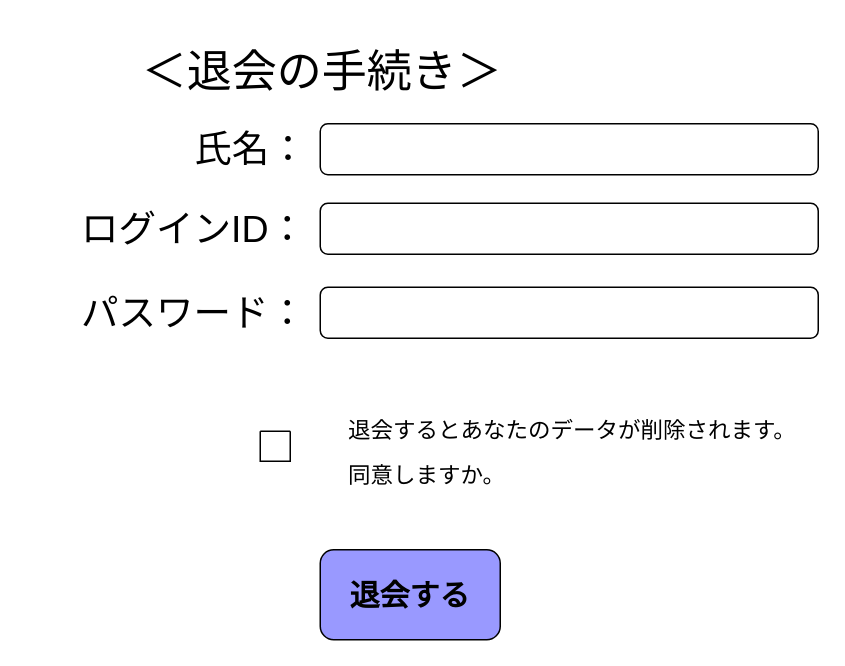
Earlier version of the draw.io diagram page "ページ1" (1 of 3) of 退会画面.drawio (2022java42-student006/document). Source tidied: cells renumbered, new cells numbered last; positions are measured from the earlier drawing's top-left corner, leaving out a move shared by most shapes. Both pictures are drawn from the tidied source at 150%, with x=0, y=0 at pixel (26, 26).
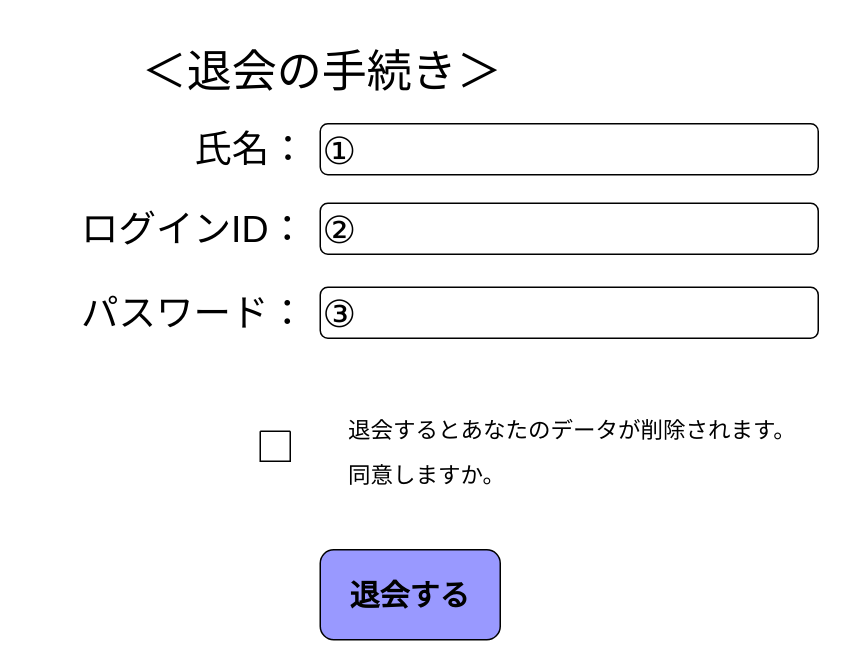
The same page after the edit.

Diff of the diagram source:
```diff
@@
 <mxGraphModel>
   <root>
     <mxCell id="0" />
     <mxCell id="1" parent="0" />
     <mxCell id="2" value="&lt;font style=&quot;font-size: 30px&quot;&gt;＜退会の手続き＞&lt;/font&gt;" style="text;html=1;strokeColor=none;fillColor=none;align=center;verticalAlign=middle;whiteSpace=wrap;rounded=0;" parent="1" vertex="1">
       <mxGeometry x="73" width="249" height="60" as="geometry" />
     </mxCell>
     <mxCell id="3" value="&lt;font style=&quot;font-size: 25px&quot;&gt;氏名：&lt;/font&gt;" style="text;html=1;strokeColor=none;fillColor=none;align=center;verticalAlign=middle;whiteSpace=wrap;rounded=0;fontSize=30;" parent="1" vertex="1">
       <mxGeometry x="86" y="65" width="128" height="30" as="geometry" />
     </mxCell>
     <mxCell id="4" value="&lt;font style=&quot;font-size: 25px&quot;&gt;ログインID：&lt;/font&gt;" style="text;html=1;strokeColor=none;fillColor=none;align=center;verticalAlign=middle;whiteSpace=wrap;rounded=0;fontSize=30;" parent="1" vertex="1">
       <mxGeometry y="113" width="224" height="39" as="geometry" />
     </mxCell>
     <mxCell id="5" value="&lt;font style=&quot;font-size: 25px&quot;&gt;パスワード&lt;/font&gt;&lt;font style=&quot;font-size: 25px&quot;&gt;：&lt;/font&gt;" style="text;html=1;strokeColor=none;fillColor=none;align=center;verticalAlign=middle;whiteSpace=wrap;rounded=0;fontSize=30;" parent="1" vertex="1">
       <mxGeometry x="32" y="174" width="160" height="30" as="geometry" />
     </mxCell>
     <mxCell id="6" style="edgeStyle=orthogonalEdgeStyle;rounded=0;orthogonalLoop=1;jettySize=auto;html=1;exitX=0.5;exitY=1;exitDx=0;exitDy=0;fontSize=25;" parent="1" edge="1" source="5" target="5">
       <mxGeometry relative="1" as="geometry" />
     </mxCell>
-    <mxCell id="7" style="rounded=1;whiteSpace=wrap;html=1;fontSize=25;" parent="1" vertex="1">
+    <mxCell id="7" value="①" style="rounded=1;whiteSpace=wrap;html=1;fontSize=25;align=left;" parent="1" vertex="1">
       <mxGeometry x="196" y="65" width="332" height="34" as="geometry" />
     </mxCell>
-    <mxCell id="8" style="rounded=1;whiteSpace=wrap;html=1;fontSize=25;" parent="1" vertex="1">
+    <mxCell id="8" value="②" style="rounded=1;whiteSpace=wrap;html=1;fontSize=25;align=left;" parent="1" vertex="1">
       <mxGeometry x="196" y="118" width="332" height="34" as="geometry" />
     </mxCell>
-    <mxCell id="9" style="rounded=1;whiteSpace=wrap;html=1;fontSize=25;" parent="1" vertex="1">
+    <mxCell id="9" value="③" style="rounded=1;whiteSpace=wrap;html=1;fontSize=25;align=left;" parent="1" vertex="1">
       <mxGeometry x="196" y="174" width="332" height="34" as="geometry" />
     </mxCell>
     <mxCell id="10" style="swimlane;startSize=0;fontSize=25;" parent="1" vertex="1">
       <mxGeometry x="156" y="270" width="20" height="20" as="geometry" />
     </mxCell>
     <mxCell id="11" value="&lt;div style=&quot;text-align: left&quot;&gt;&lt;span style=&quot;font-size: 15px&quot;&gt;退会するとあなたのデータが削除されます。同意しますか。&lt;/span&gt;&lt;/div&gt;" style="text;html=1;strokeColor=none;fillColor=none;align=center;verticalAlign=middle;whiteSpace=wrap;rounded=0;fontSize=25;" parent="1" vertex="1">
       <mxGeometry x="214" y="265" width="304" height="30" as="geometry" />
     </mxCell>
     <mxCell id="12" value="&lt;b&gt;&lt;font style=&quot;font-size: 20px&quot;&gt;退会する&lt;/font&gt;&lt;/b&gt;" style="rounded=1;whiteSpace=wrap;html=1;fontSize=15;strokeColor=#000000;fillColor=#9999FF;" parent="1" vertex="1">
       <mxGeometry x="196" y="349" width="120" height="60" as="geometry" />
     </mxCell>
   </root>
 </mxGraphModel>
```
